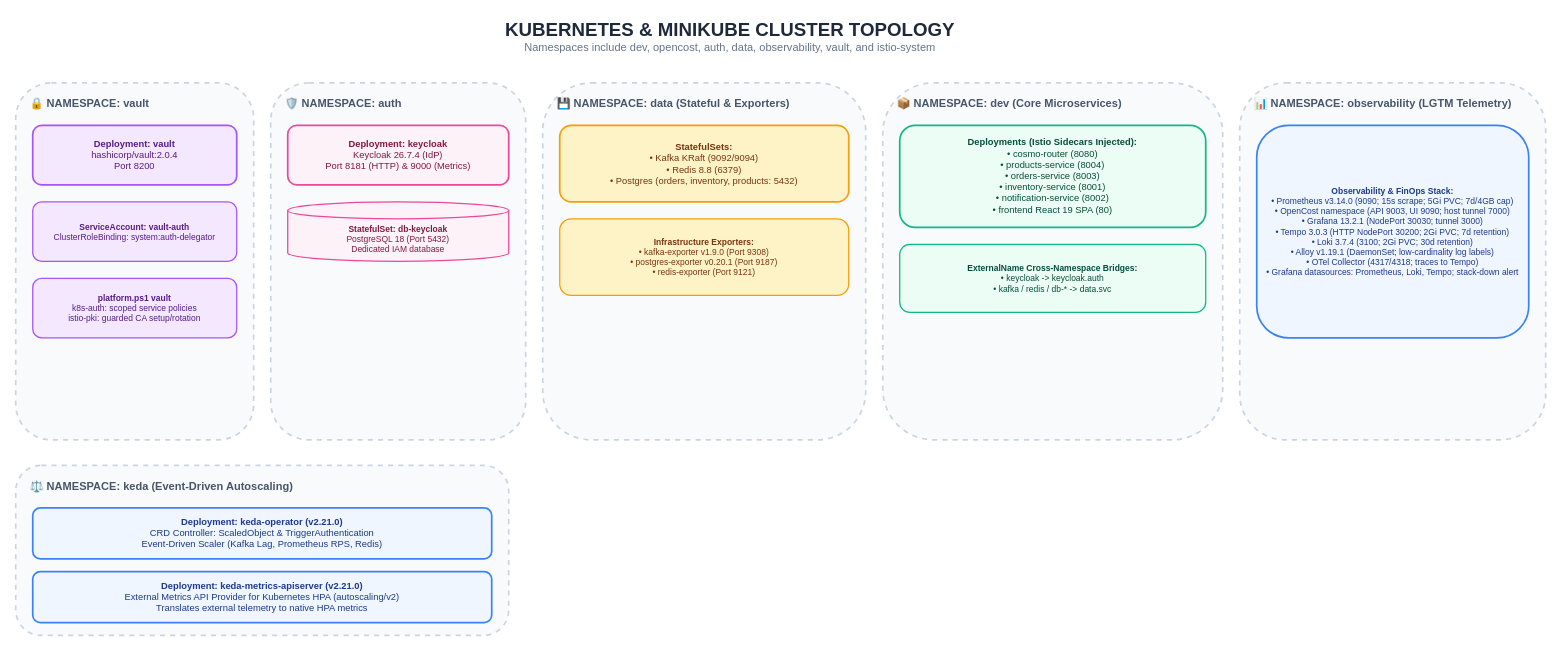
This is page "6. Kubernetes & Minikube Cluster Topology" (6 of 13) of docs/Diagrams.drawio from GeorgeGxx/microservices-architecture, a draw.io file, before an edit. Source tidied: cells renumbered, new cells numbered last; positions are measured from the earlier drawing's top-left corner, leaving out a move shared by most shapes. Both pictures are drawn from the tidied source at 85%, with x=0, y=0 at pixel (15, 14).
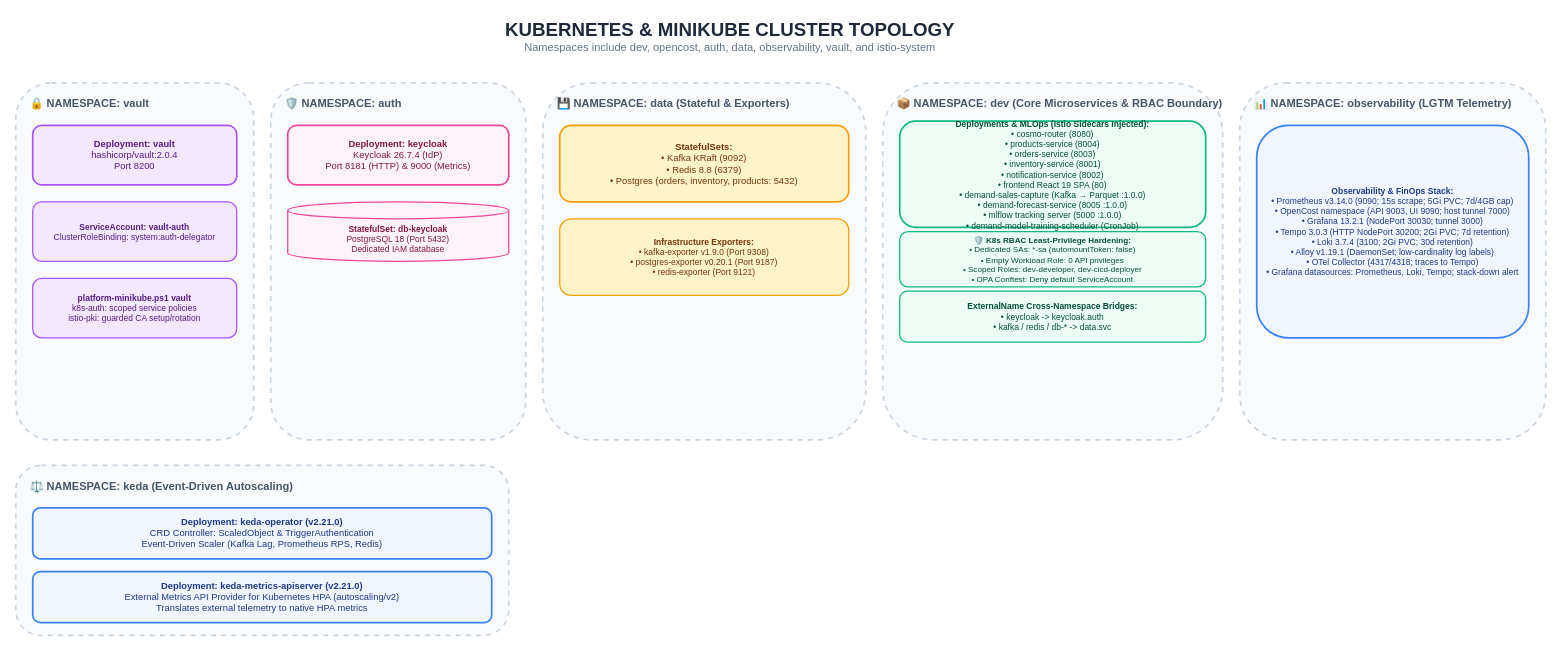
After the change.

The edit, as a diff of the source:
```diff
@@
-    <mxCell id="6" value="&lt;b&gt;platform.ps1 vault&lt;/b&gt;&lt;br&gt;k8s-auth: scoped service policies&lt;br&gt;istio-pki: guarded CA setup/rotation" style="rounded=1;whiteSpace=wrap;html=1;fillColor=#F3E8FF;strokeColor=#A855F7;strokeWidth=1.5;fontColor=#581C87;fontSize=10;" parent="1" vertex="1">
+    <mxCell id="6" value="&lt;b&gt;platform-minikube.ps1 vault&lt;/b&gt;&lt;br&gt;k8s-auth: scoped service policies&lt;br&gt;istio-pki: guarded CA setup/rotation" style="rounded=1;whiteSpace=wrap;html=1;fillColor=#F3E8FF;strokeColor=#A855F7;strokeWidth=1.5;fontColor=#581C87;fontSize=10;" parent="1" vertex="1">
       <mxGeometry x="20" y="310" width="240" height="70" as="geometry" />
     </mxCell>
@@
-    <mxCell id="11" value="&lt;b&gt;StatefulSets:&lt;/b&gt;&lt;br&gt;• Kafka KRaft (9092/9094)&lt;br&gt;• Redis 8.8 (6379)&lt;br&gt;• Postgres (orders, inventory, products: 5432)" style="rounded=1;whiteSpace=wrap;html=1;fillColor=#FEF3C7;strokeColor=#F59E0B;strokeWidth=2;fontColor=#78350F;fontSize=11;" parent="1" vertex="1">
+    <mxCell id="11" value="&lt;b&gt;StatefulSets:&lt;/b&gt;&lt;br&gt;• Kafka KRaft (9092)&lt;br&gt;• Redis 8.8 (6379)&lt;br&gt;• Postgres (orders, inventory, products: 5432)" style="rounded=1;whiteSpace=wrap;html=1;fillColor=#FEF3C7;strokeColor=#F59E0B;strokeWidth=2;fontColor=#78350F;fontSize=11;" parent="1" vertex="1">
       <mxGeometry x="640" y="130" width="340" height="90" as="geometry" />
     </mxCell>
@@
-    <mxCell id="13" value="&lt;b&gt;📦 NAMESPACE: dev (Core Microservices)&lt;/b&gt;" style="rounded=1;whiteSpace=wrap;html=1;fillColor=#F8FAFC;strokeColor=#CBD5E1;strokeWidth=2;verticalAlign=top;align=left;spacingLeft=15;spacingTop=10;fontColor=#475569;fontSize=13;dashed=1;" parent="1" vertex="1">
+    <mxCell id="13" value="&lt;b&gt;📦 NAMESPACE: dev (Core Microservices &amp; RBAC Boundary)&lt;/b&gt;" style="rounded=1;whiteSpace=wrap;html=1;fillColor=#F8FAFC;strokeColor=#CBD5E1;strokeWidth=2;verticalAlign=top;align=left;spacingLeft=15;spacingTop=10;fontColor=#475569;fontSize=13;dashed=1;" parent="1" vertex="1">
       <mxGeometry x="1020" y="80" width="400" height="420" as="geometry" />
     </mxCell>
-    <mxCell id="14" value="&lt;b&gt;Deployments (Istio Sidecars Injected):&lt;/b&gt;&lt;br&gt;• cosmo-router (8080)&lt;br&gt;• products-service (8004)&lt;br&gt;• orders-service (8003)&lt;br&gt;• inventory-service (8001)&lt;br&gt;• notification-service (8002)&lt;br&gt;• frontend React 19 SPA (80)" style="rounded=1;whiteSpace=wrap;html=1;fillColor=#ECFDF5;strokeColor=#10B981;strokeWidth=2;fontColor=#064E3B;fontSize=11;" parent="1" vertex="1">
-      <mxGeometry x="1040" y="130" width="360" height="120" as="geometry" />
+    <mxCell id="14" value="&lt;b&gt;Deployments &amp; MLOps (Istio Sidecars Injected):&lt;/b&gt;&lt;br&gt;• cosmo-router (8080)&lt;br&gt;• products-service (8004)&lt;br&gt;• orders-service (8003)&lt;br&gt;• inventory-service (8001)&lt;br&gt;• notification-service (8002)&lt;br&gt;• frontend React 19 SPA (80)&lt;br&gt;• demand-sales-capture (Kafka → Parquet :1.0.0)&lt;br&gt;• demand-forecast-service (8005 :1.0.0)&lt;br&gt;• mlflow tracking server (5000 :1.0.0)&lt;br&gt;• demand-model-training-scheduler (CronJob)" style="rounded=1;whiteSpace=wrap;html=1;fillColor=#ECFDF5;strokeColor=#10B981;strokeWidth=2;fontColor=#064E3B;fontSize=10;" parent="1" vertex="1">
+      <mxGeometry x="1040" y="125" width="360" height="125" as="geometry" />
     </mxCell>
+    <mxCell id="21" value="&lt;b&gt;🛡️ K8s RBAC Least-Privilege Hardening:&lt;/b&gt;&lt;br&gt;• Dedicated SAs: *-sa (automountToken: false)&lt;br&gt;• Empty Workload Role: 0 API privileges&lt;br&gt;• Scoped Roles: dev-developer, dev-cicd-deployer&lt;br&gt;• OPA Conftest: Deny default ServiceAccount" style="rounded=1;whiteSpace=wrap;html=1;fillColor=#ECFDF5;strokeColor=#10B981;strokeWidth=1.5;fontColor=#064E3B;fontSize=9.5;" parent="1" vertex="1">
+      <mxGeometry x="1040" y="255" width="360" height="65" as="geometry" />
+    </mxCell>
     <mxCell id="15" value="&lt;b&gt;ExternalName Cross-Namespace Bridges:&lt;/b&gt;&lt;br&gt;• keycloak -&gt; keycloak.auth&lt;br&gt;• kafka / redis / db-* -&gt; data.svc" style="rounded=1;whiteSpace=wrap;html=1;fillColor=#ECFDF5;strokeColor=#10B981;strokeWidth=1.5;fontColor=#064E3B;fontSize=10;" parent="1" vertex="1">
-      <mxGeometry x="1040" y="270" width="360" height="80" as="geometry" />
+      <mxGeometry x="1040" y="325" width="360" height="60" as="geometry" />
     </mxCell>
```
